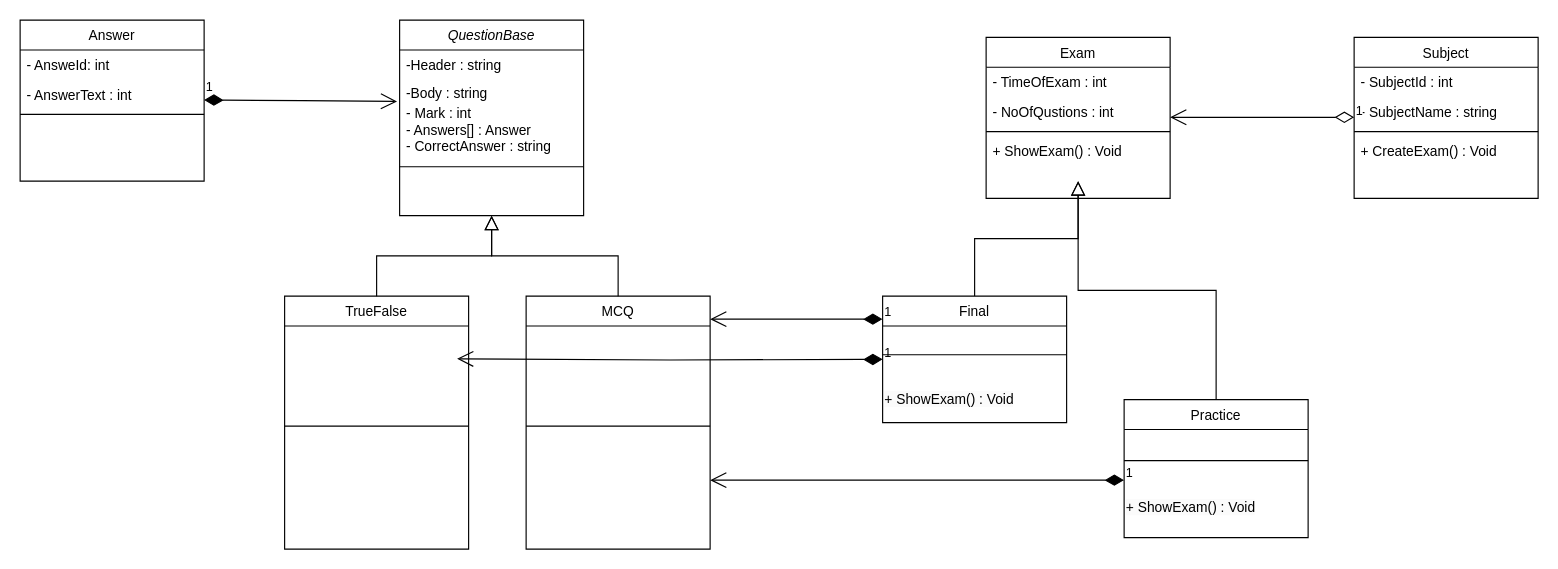
Earlier version of the draw.io diagram UMLFI.drawio (kiro314159265359/Assi-01-Solution). Source tidied: cells renumbered, new cells numbered last; positions are measured from the earlier drawing's top-left corner, leaving out a move shared by most shapes. Both pictures are drawn from the tidied source at 115%, with x=0, y=0 at pixel (20, 20).
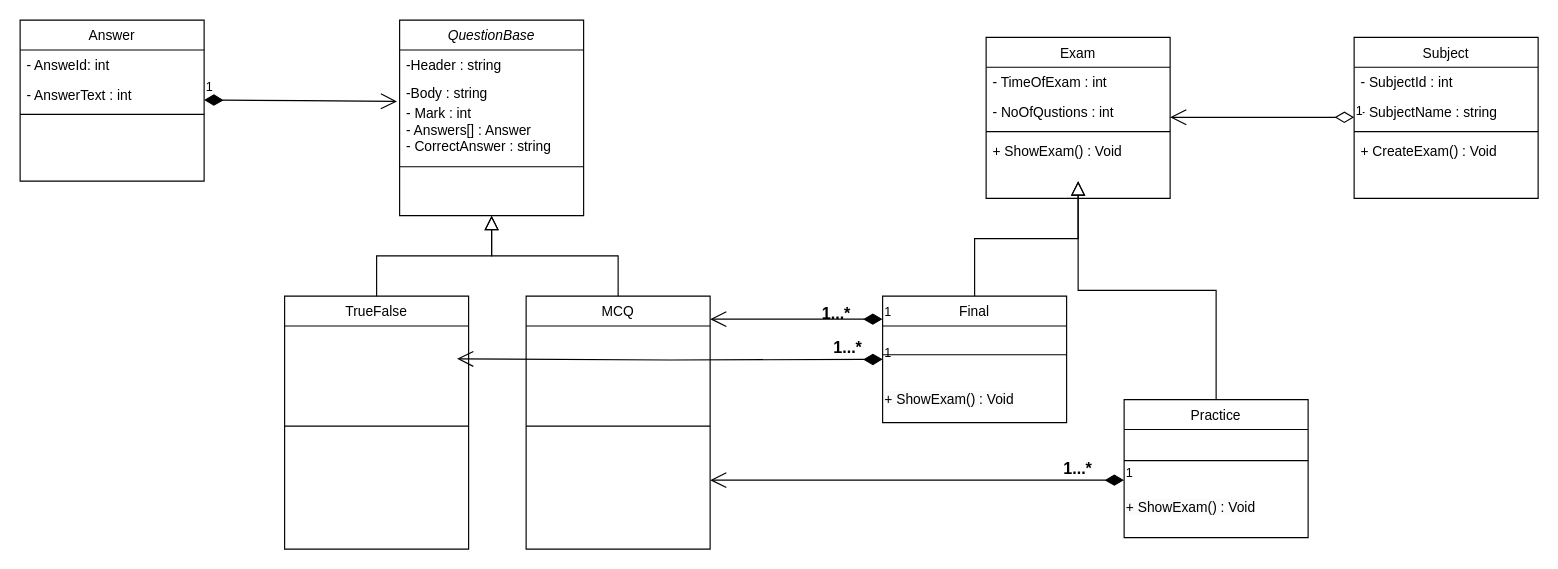
The same page after the edit.

What changed in the source:
```diff
@@
+    <mxCell id="40" value="&lt;font style=&quot;font-size: 14px;&quot;&gt;&lt;b&gt;1...*&lt;/b&gt;&lt;/font&gt;" style="text;html=1;align=center;verticalAlign=middle;whiteSpace=wrap;rounded=0;" parent="1" vertex="1">
+      <mxGeometry x="680" y="240" width="60" height="30" as="geometry" />
+    </mxCell>
+    <mxCell id="41" value="&lt;font style=&quot;font-size: 14px;&quot;&gt;&lt;b&gt;1...*&lt;/b&gt;&lt;/font&gt;" style="text;html=1;align=center;verticalAlign=middle;whiteSpace=wrap;rounded=0;" parent="1" vertex="1">
+      <mxGeometry x="690" y="270" width="60" height="30" as="geometry" />
+    </mxCell>
+    <mxCell id="42" value="&lt;font style=&quot;font-size: 14px;&quot;&gt;&lt;b&gt;1...*&lt;/b&gt;&lt;/font&gt;" style="text;html=1;align=center;verticalAlign=middle;whiteSpace=wrap;rounded=0;" parent="1" vertex="1">
+      <mxGeometry x="890" y="375" width="60" height="30" as="geometry" />
+    </mxCell>
```
